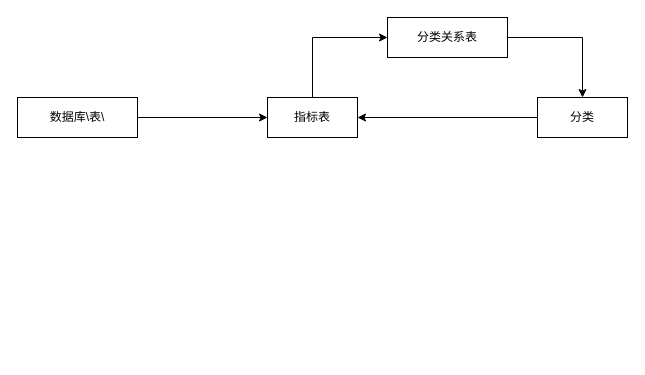
Earlier version of the draw.io diagram page "原理:指标库" (2 of 7) of 华链系统重构分析.drawio (xinglongMedical/drawio). Source tidied: cells renumbered, new cells numbered last; positions are measured from the earlier drawing's top-left corner, leaving out a move shared by most shapes. Both pictures are drawn from the tidied source at 100%, with x=0, y=0 at pixel (17, 17).
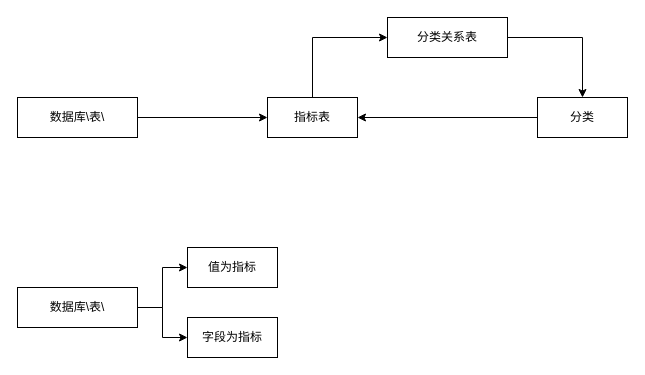
After the change.

Change to the diagram source:
```diff
@@
 <mxGraphModel>
   <root>
     <mxCell id="0" />
     <mxCell id="1" parent="0" />
     <mxCell id="2" style="edgeStyle=orthogonalEdgeStyle;rounded=0;jettySize=auto;html=1;exitX=1;exitY=0.5;exitDx=0;exitDy=0;" parent="1" edge="1" source="3" target="5">
       <mxGeometry relative="1" as="geometry" />
     </mxCell>
     <mxCell id="3" value="数据库\表\" style="rounded=0;whiteSpace=wrap;html=1;" parent="1" vertex="1">
       <mxGeometry y="80" width="120" height="40" as="geometry" />
     </mxCell>
     <mxCell id="4" style="edgeStyle=orthogonalEdgeStyle;rounded=0;jettySize=auto;html=1;exitX=0.5;exitY=0;exitDx=0;exitDy=0;entryX=0;entryY=0.5;entryDx=0;entryDy=0;" parent="1" edge="1" source="5" target="9">
       <mxGeometry relative="1" as="geometry" />
     </mxCell>
     <mxCell id="5" value="指标表" style="rounded=0;whiteSpace=wrap;html=1;" parent="1" vertex="1">
       <mxGeometry x="250" y="80" width="90" height="40" as="geometry" />
     </mxCell>
     <mxCell id="6" style="edgeStyle=orthogonalEdgeStyle;rounded=0;jettySize=auto;html=1;exitX=0;exitY=0.5;exitDx=0;exitDy=0;" parent="1" edge="1" source="7" target="5">
       <mxGeometry relative="1" as="geometry" />
     </mxCell>
     <mxCell id="7" value="分类" style="rounded=0;whiteSpace=wrap;html=1;" parent="1" vertex="1">
       <mxGeometry x="520" y="80" width="90" height="40" as="geometry" />
     </mxCell>
     <mxCell id="8" style="edgeStyle=orthogonalEdgeStyle;rounded=0;jettySize=auto;html=1;exitX=1;exitY=0.5;exitDx=0;exitDy=0;entryX=0.5;entryY=0;entryDx=0;entryDy=0;" parent="1" edge="1" source="9" target="7">
       <mxGeometry relative="1" as="geometry" />
     </mxCell>
     <mxCell id="9" value="分类关系表" style="rounded=0;whiteSpace=wrap;html=1;" parent="1" vertex="1">
       <mxGeometry x="370" width="120" height="40" as="geometry" />
     </mxCell>
+    <mxCell id="10" style="edgeStyle=orthogonalEdgeStyle;rounded=0;jettySize=auto;html=1;exitX=1;exitY=0.5;exitDx=0;exitDy=0;fontSize=13;" parent="1" edge="1" source="12" target="13">
+      <mxGeometry relative="1" as="geometry" />
+    </mxCell>
+    <mxCell id="11" style="edgeStyle=orthogonalEdgeStyle;rounded=0;jettySize=auto;html=1;exitX=1;exitY=0.5;exitDx=0;exitDy=0;fontSize=13;" parent="1" edge="1" source="12" target="14">
+      <mxGeometry relative="1" as="geometry" />
+    </mxCell>
+    <mxCell id="12" value="数据库\表\" style="rounded=0;whiteSpace=wrap;html=1;" parent="1" vertex="1">
+      <mxGeometry y="270" width="120" height="40" as="geometry" />
+    </mxCell>
+    <mxCell id="13" value="值为指标" style="rounded=0;whiteSpace=wrap;html=1;" parent="1" vertex="1">
+      <mxGeometry x="170" y="230" width="90" height="40" as="geometry" />
+    </mxCell>
+    <mxCell id="14" value="字段为指标" style="rounded=0;whiteSpace=wrap;html=1;" parent="1" vertex="1">
+      <mxGeometry x="170" y="300" width="90" height="40" as="geometry" />
+    </mxCell>
   </root>
 </mxGraphModel>
```
